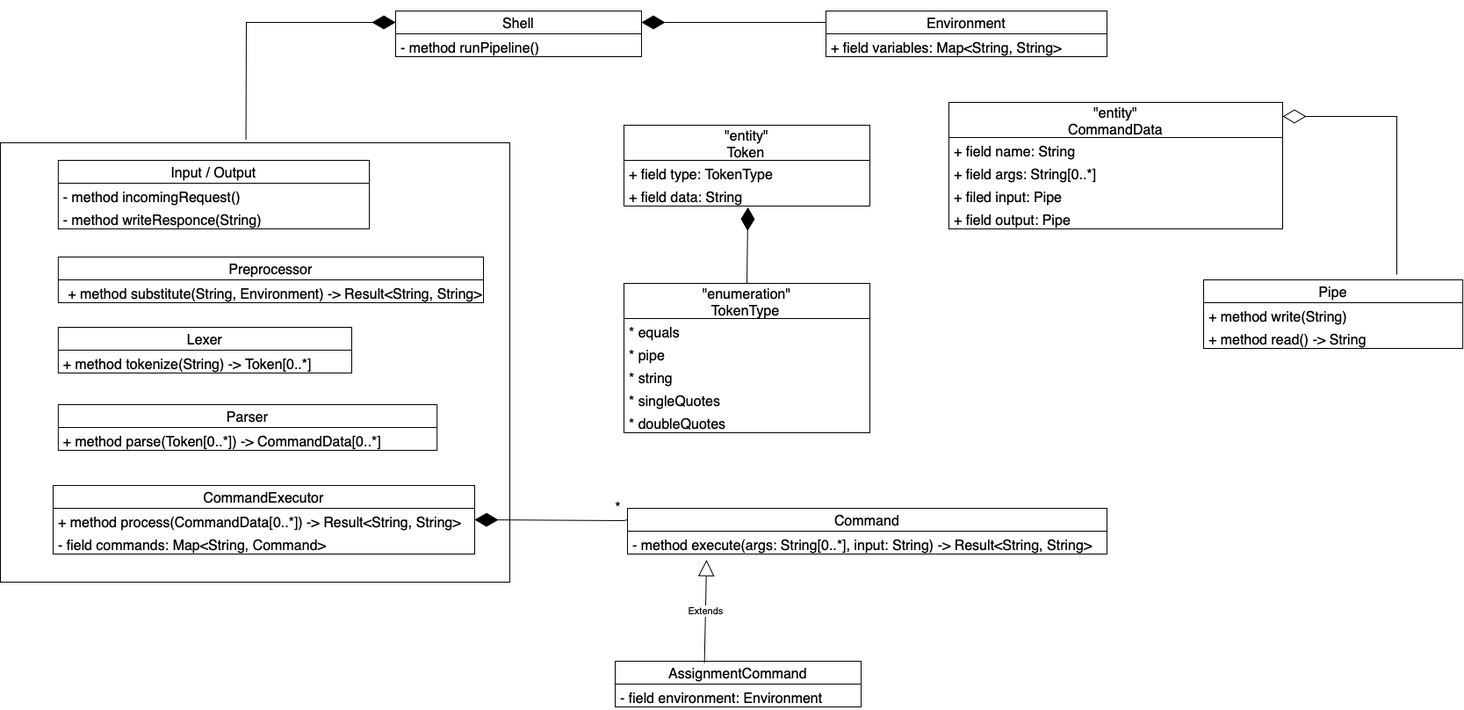
This is Diagrams/CLIArcthitecture.drawio.png from Artem-Goldenberg/ComputerArchitecture-CLI, a draw.io export, as it was before one commit. Source tidied: cells renumbered, new cells last; positions are measured from the earlier drawing's top-left corner, leaving out a move shared by most shapes.
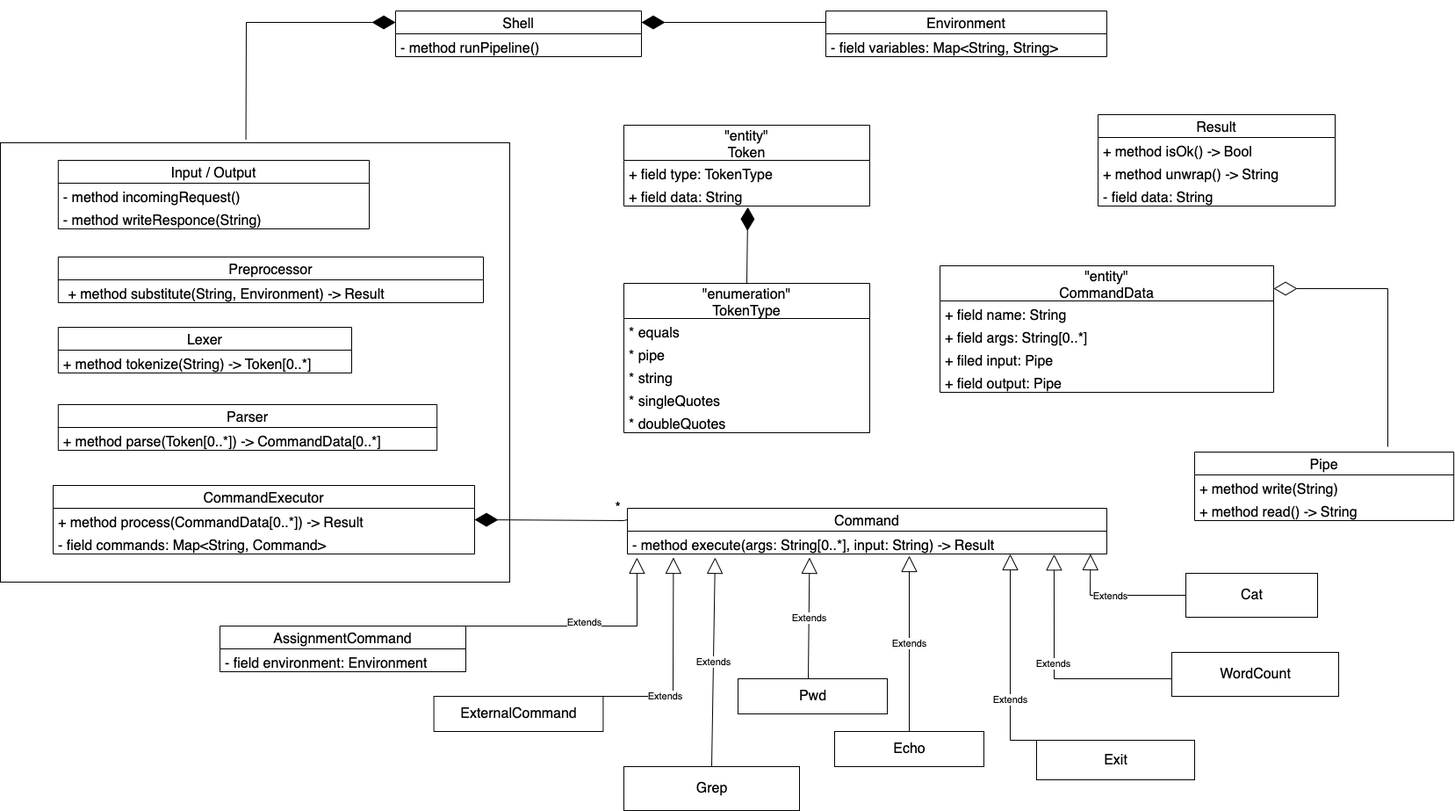
The same file after the commit.

Commit message:
Updated description and diagrams

Diff of the diagram source:
```diff
@@ -30,7 +30,7 @@
       <mxGeometry y="144" width="280" height="26" as="geometry" />
     </mxCell>
     <mxCell id="11" value="&quot;entity&quot;&#10;CommandData" style="swimlane;fontStyle=0;horizontal=1;startSize=40;fillColor=none;fontSize=16;" parent="1" vertex="1">
-      <mxGeometry x="1080" y="104" width="380" height="144" as="geometry" />
+      <mxGeometry x="1070" y="290" width="380" height="144" as="geometry" />
     </mxCell>
     <mxCell id="12" value="+ field name: String" style="text;strokeColor=none;fillColor=none;align=left;verticalAlign=top;spacingLeft=4;spacingRight=4;overflow=hidden;fontSize=16;" parent="11" vertex="1">
       <mxGeometry y="40" width="380" height="26" as="geometry" />
@@ -47,7 +47,7 @@
     <mxCell id="16" value="Command" style="swimlane;fontStyle=0;horizontal=1;startSize=26;fillColor=none;fontSize=16;" parent="1" vertex="1">
       <mxGeometry x="714" y="566" width="546" height="52" as="geometry" />
     </mxCell>
-    <mxCell id="17" value="- method execute(args: String[0..*], input: String) -&gt; Result&lt;String, String&gt;" style="text;strokeColor=none;fillColor=none;align=left;verticalAlign=top;spacingLeft=4;spacingRight=4;overflow=hidden;points=[[0,0.5],[1,0.5]];portConstraint=eastwest;fontSize=16;fontStyle=0;" parent="16" vertex="1">
+    <mxCell id="17" value="- method execute(args: String[0..*], input: String) -&gt; Result&#10;" style="text;strokeColor=none;fillColor=none;align=left;verticalAlign=top;spacingLeft=4;spacingRight=4;overflow=hidden;points=[[0,0.5],[1,0.5]];portConstraint=eastwest;fontSize=16;fontStyle=0;" parent="16" vertex="1">
       <mxGeometry y="26" width="546" height="26" as="geometry" />
     </mxCell>
     <mxCell id="18" value="Shell" style="swimlane;fontStyle=0;horizontal=1;startSize=26;fillColor=none;fontSize=16;" parent="1" vertex="1">
@@ -59,11 +59,11 @@
     <mxCell id="20" value="Environment" style="swimlane;fontStyle=0;horizontal=1;startSize=26;fillColor=none;fontSize=16;" parent="1" vertex="1">
       <mxGeometry x="940" width="320" height="52" as="geometry" />
     </mxCell>
-    <mxCell id="21" value="+ field variables: Map&lt;String, String&gt;" style="text;strokeColor=none;fillColor=none;align=left;verticalAlign=top;spacingLeft=4;spacingRight=4;overflow=hidden;fontSize=16;" parent="20" vertex="1">
+    <mxCell id="21" value="- field variables: Map&lt;String, String&gt;" style="text;strokeColor=none;fillColor=none;align=left;verticalAlign=top;spacingLeft=4;spacingRight=4;overflow=hidden;fontSize=16;" parent="20" vertex="1">
       <mxGeometry y="26" width="320" height="26" as="geometry" />
     </mxCell>
     <mxCell id="22" value="AssignmentCommand" style="swimlane;fontStyle=0;horizontal=1;startSize=26;fillColor=none;fontSize=16;" parent="1" vertex="1">
-      <mxGeometry x="700" y="740" width="280" height="52" as="geometry" />
+      <mxGeometry x="250" y="700" width="280" height="52" as="geometry" />
     </mxCell>
     <mxCell id="23" value="- field environment: Environment" style="text;strokeColor=none;fillColor=none;align=left;verticalAlign=top;spacingLeft=4;spacingRight=4;overflow=hidden;fontSize=16;" parent="22" vertex="1">
       <mxGeometry y="26" width="280" height="26" as="geometry" />
@@ -105,7 +105,7 @@
     <mxCell id="34" value="CommandExecutor" style="swimlane;fontStyle=0;horizontal=1;startSize=26;fillColor=none;fontSize=16;" parent="1" vertex="1">
       <mxGeometry x="60" y="540" width="480" height="78" as="geometry" />
     </mxCell>
-    <mxCell id="35" value="+ method process(CommandData[0..*]) -&gt; Result&lt;String, String&gt;" style="text;strokeColor=none;fillColor=none;align=left;verticalAlign=top;spacingLeft=4;spacingRight=4;overflow=hidden;points=[[0,0.5],[1,0.5]];portConstraint=eastwest;fontSize=16;" parent="34" vertex="1">
+    <mxCell id="35" value="+ method process(CommandData[0..*]) -&gt; Result&#10;" style="text;strokeColor=none;fillColor=none;align=left;verticalAlign=top;spacingLeft=4;spacingRight=4;overflow=hidden;points=[[0,0.5],[1,0.5]];portConstraint=eastwest;fontSize=16;" parent="34" vertex="1">
       <mxGeometry y="26" width="480" height="26" as="geometry" />
     </mxCell>
     <mxCell id="36" value="- field commands: Map&lt;String, Command&gt;" style="text;strokeColor=none;fillColor=none;align=left;verticalAlign=top;spacingLeft=4;spacingRight=4;overflow=hidden;fontSize=16;fontStyle=0;" parent="34" vertex="1">
@@ -114,11 +114,11 @@
     <mxCell id="37" value="Preprocessor" style="swimlane;fontStyle=0;horizontal=1;startSize=26;fillColor=none;fontSize=16;" parent="1" vertex="1">
       <mxGeometry x="65.8" y="280" width="484.2" height="52" as="geometry" />
     </mxCell>
-    <mxCell id="38" value="+ method substitute(String, Environment) -&gt; Result&lt;String, String&gt;" style="text;strokeColor=none;fillColor=none;align=left;verticalAlign=top;spacingLeft=4;spacingRight=4;overflow=hidden;fontSize=16;" parent="1" vertex="1">
+    <mxCell id="38" value="+ method substitute(String, Environment) -&gt; Result&#10;" style="text;strokeColor=none;fillColor=none;align=left;verticalAlign=top;spacingLeft=4;spacingRight=4;overflow=hidden;fontSize=16;" parent="1" vertex="1">
       <mxGeometry x="71.5" y="306" width="533.5" height="34" as="geometry" />
     </mxCell>
     <mxCell id="39" value="Pipe" style="swimlane;fontStyle=0;horizontal=1;startSize=26;fillColor=none;fontSize=16;" parent="1" vertex="1">
-      <mxGeometry x="1370" y="306" width="295.1" height="78" as="geometry" />
+      <mxGeometry x="1360" y="502" width="295.1" height="78" as="geometry" />
     </mxCell>
     <mxCell id="40" value="+ method write(String)" style="text;strokeColor=none;fillColor=none;align=left;verticalAlign=top;spacingLeft=4;spacingRight=4;overflow=hidden;fontSize=16;" parent="39" vertex="1">
       <mxGeometry y="26" width="295.1" height="26" as="geometry" />
@@ -129,15 +129,19 @@
     <mxCell id="42" style="endArrow=diamondThin;endFill=1;endSize=24;html=1;rounded=0;entryX=0.504;entryY=1.051;entryDx=0;entryDy=0;entryPerimeter=0;exitX=0.5;exitY=0;exitDx=0;exitDy=0;" parent="1" edge="1" source="5" target="4">
       <mxGeometry relative="1" as="geometry" />
     </mxCell>
-    <mxCell id="43" value="Extends" style="endArrow=block;endSize=16;endFill=0;html=1;rounded=0;entryX=0.165;entryY=1.256;entryDx=0;entryDy=0;entryPerimeter=0;exitX=0.363;exitY=0.038;exitDx=0;exitDy=0;exitPerimeter=0;" parent="1" edge="1" source="22" target="17">
-      <mxGeometry relative="1" as="geometry" />
+    <mxCell id="43" value="Extends" style="endArrow=block;endSize=16;endFill=0;html=1;rounded=0;entryX=0.02;entryY=1.154;entryDx=0;entryDy=0;entryPerimeter=0;exitX=1;exitY=0;exitDx=0;exitDy=0;" parent="1" edge="1" source="22" target="17">
+      <mxGeometry x="-0.01" y="4" relative="1" as="geometry">
+        <Array as="points">
+          <mxPoint x="725" y="700" />
+        </Array>
+      </mxGeometry>
     </mxCell>
     <mxCell id="44" style="endArrow=diamondThin;endFill=0;endSize=24;html=1;rounded=0;" parent="1" edge="1">
       <mxGeometry relative="1" as="geometry">
-        <mxPoint x="1590" y="300" as="sourcePoint" />
-        <mxPoint x="1460" y="120" as="targetPoint" />
+        <mxPoint x="1580" y="496" as="sourcePoint" />
+        <mxPoint x="1450" y="316" as="targetPoint" />
         <Array as="points">
-          <mxPoint x="1590" y="120" />
+          <mxPoint x="1580" y="316" />
         </Array>
       </mxGeometry>
     </mxCell>
@@ -153,5 +157,85 @@
         <mxPoint x="24" y="-17" as="offset" />
       </mxGeometry>
     </mxCell>
+    <mxCell id="47" value="ExternalCommand" style="html=1;fontSize=16;" parent="1" vertex="1">
+      <mxGeometry x="493.6" y="780" width="192.8" height="40" as="geometry" />
+    </mxCell>
+    <mxCell id="48" value="Extends" style="endArrow=block;endSize=16;endFill=0;html=1;rounded=0;entryX=0.096;entryY=1.154;entryDx=0;entryDy=0;entryPerimeter=0;exitX=0.5;exitY=0;exitDx=0;exitDy=0;" parent="1" edge="1" source="47" target="17">
+      <mxGeometry relative="1" as="geometry">
+        <Array as="points">
+          <mxPoint x="766" y="780" />
+        </Array>
+      </mxGeometry>
+    </mxCell>
+    <mxCell id="49" value="Cat" style="html=1;fontSize=16;" parent="1" vertex="1">
+      <mxGeometry x="1350" y="640" width="150" height="50" as="geometry" />
+    </mxCell>
+    <mxCell id="50" value="Echo" style="html=1;fontSize=16;" parent="1" vertex="1">
+      <mxGeometry x="950" y="820" width="170" height="40" as="geometry" />
+    </mxCell>
+    <mxCell id="51" value="WordCount" style="html=1;fontSize=16;" parent="1" vertex="1">
+      <mxGeometry x="1334" y="730" width="190" height="50" as="geometry" />
+    </mxCell>
+    <mxCell id="52" value="Pwd" style="html=1;fontSize=16;" parent="1" vertex="1">
+      <mxGeometry x="840" y="760" width="170" height="40" as="geometry" />
+    </mxCell>
+    <mxCell id="53" value="Grep" style="html=1;fontSize=16;" parent="1" vertex="1">
+      <mxGeometry x="710" y="860" width="200" height="50" as="geometry" />
+    </mxCell>
+    <mxCell id="54" value="Exit" style="html=1;fontSize=16;" parent="1" vertex="1">
+      <mxGeometry x="1180" y="830" width="180" height="45" as="geometry" />
+    </mxCell>
+    <mxCell id="55" value="Extends" style="endArrow=block;endSize=16;endFill=0;html=1;rounded=0;entryX=0.096;entryY=1.154;entryDx=0;entryDy=0;entryPerimeter=0;exitX=0.5;exitY=0;exitDx=0;exitDy=0;" parent="1" edge="1">
+      <mxGeometry relative="1" as="geometry">
+        <mxPoint x="920" y="760" as="sourcePoint" />
+        <mxPoint x="921.4" y="622" as="targetPoint" />
+      </mxGeometry>
+    </mxCell>
+    <mxCell id="56" value="Extends" style="endArrow=block;endSize=16;endFill=0;html=1;rounded=0;entryX=0.096;entryY=1.154;entryDx=0;entryDy=0;entryPerimeter=0;exitX=0;exitY=0.5;exitDx=0;exitDy=0;" parent="1" edge="1" source="49">
+      <mxGeometry x="0.1" y="1" relative="1" as="geometry">
+        <mxPoint x="1241.4" y="618" as="targetPoint" />
+        <Array as="points">
+          <mxPoint x="1241" y="665" />
+        </Array>
+      </mxGeometry>
+    </mxCell>
+    <mxCell id="57" value="Extends" style="endArrow=block;endSize=16;endFill=0;html=1;rounded=0;entryX=0.183;entryY=1.154;entryDx=0;entryDy=0;entryPerimeter=0;exitX=0.5;exitY=0;exitDx=0;exitDy=0;" parent="1" edge="1" target="17">
+      <mxGeometry relative="1" as="geometry">
+        <mxPoint x="810" y="860" as="sourcePoint" />
+      </mxGeometry>
+    </mxCell>
+    <mxCell id="58" value="Extends" style="endArrow=block;endSize=16;endFill=0;html=1;rounded=0;entryX=0.89;entryY=1.01;entryDx=0;entryDy=0;entryPerimeter=0;exitX=0;exitY=0.5;exitDx=0;exitDy=0;" parent="1" edge="1" target="17">
+      <mxGeometry x="0.1" y="1" relative="1" as="geometry">
+        <mxPoint x="1334" y="760" as="sourcePoint" />
+        <Array as="points">
+          <mxPoint x="1200" y="760" />
+        </Array>
+      </mxGeometry>
+    </mxCell>
+    <mxCell id="59" value="Extends" style="endArrow=block;endSize=16;endFill=0;html=1;rounded=0;exitX=0.5;exitY=0;exitDx=0;exitDy=0;" parent="1" edge="1" source="50">
+      <mxGeometry relative="1" as="geometry">
+        <mxPoint x="1035" y="620" as="targetPoint" />
+      </mxGeometry>
+    </mxCell>
+    <mxCell id="60" value="Extends" style="endArrow=block;endSize=16;endFill=0;html=1;rounded=0;exitX=0.5;exitY=0;exitDx=0;exitDy=0;" parent="1" edge="1" source="54">
+      <mxGeometry relative="1" as="geometry">
+        <mxPoint x="1150" y="618" as="targetPoint" />
+        <Array as="points">
+          <mxPoint x="1150" y="830" />
+        </Array>
+      </mxGeometry>
+    </mxCell>
+    <mxCell id="61" value="Result" style="swimlane;fontStyle=0;horizontal=1;startSize=26;fillColor=none;fontSize=16;" parent="1" vertex="1">
+      <mxGeometry x="1250" y="118" width="270" height="104" as="geometry" />
+    </mxCell>
+    <mxCell id="62" value="+ method isOk() -&gt; Bool" style="text;strokeColor=none;fillColor=none;align=left;verticalAlign=top;spacingLeft=4;spacingRight=4;overflow=hidden;fontSize=16;" parent="61" vertex="1">
+      <mxGeometry y="26" width="270" height="26" as="geometry" />
+    </mxCell>
+    <mxCell id="63" value="+ method unwrap() -&gt; String" style="text;strokeColor=none;fillColor=none;align=left;verticalAlign=top;spacingLeft=4;spacingRight=4;overflow=hidden;fontSize=16;" parent="61" vertex="1">
+      <mxGeometry y="52" width="270" height="26" as="geometry" />
+    </mxCell>
+    <mxCell id="64" value="- field data: String" style="text;strokeColor=none;fillColor=none;align=left;verticalAlign=top;spacingLeft=4;spacingRight=4;overflow=hidden;fontSize=16;" parent="61" vertex="1">
+      <mxGeometry y="78" width="270" height="26" as="geometry" />
+    </mxCell>
   </root>
 </mxGraphModel>
```
